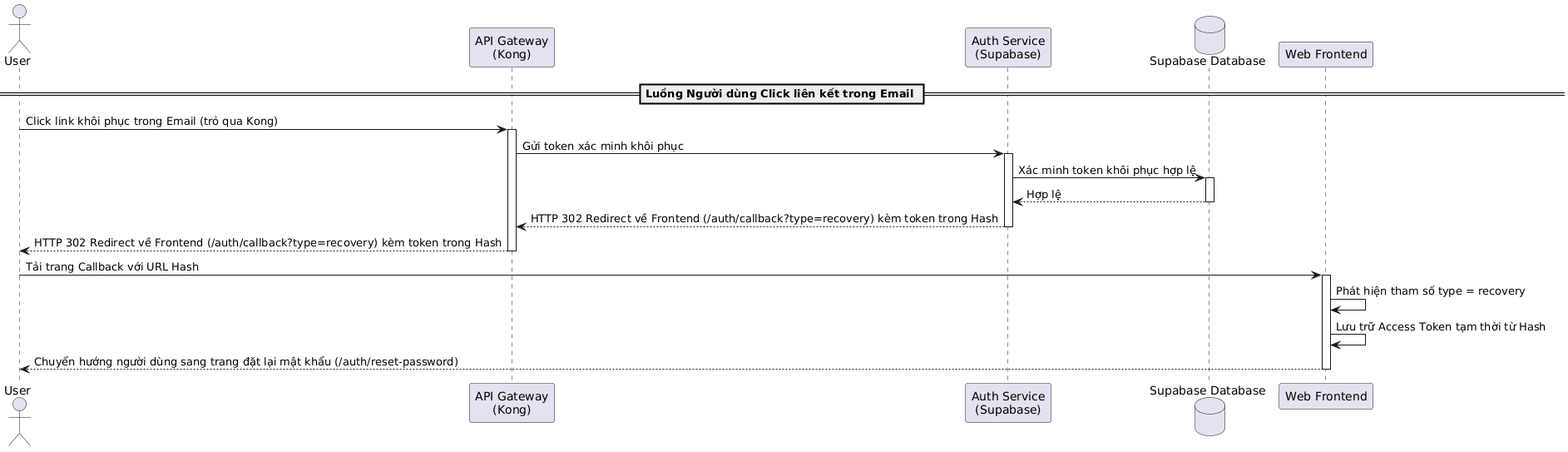
This is latex/contents/Sequence/UML-Sequence-13.png from 20206205Tech/docs-latex, a PlantUML export, as it was before one commit. Source of this version:
```plantuml
@startuml
actor "User" as User
participant "API Gateway\n(Kong)" as Kong
participant "Auth Service\n(Supabase)" as AuthService
database "Supabase Database" as DB
participant "Web Frontend" as Frontend

== Luồng Người dùng Click liên kết trong Email ==
User -> Kong: Click link khôi phục trong Email (trỏ qua Kong)
activate Kong
Kong -> AuthService: Gửi token xác minh khôi phục
activate AuthService
AuthService -> DB: Xác minh token khôi phục hợp lệ
activate DB
DB --> AuthService: Hợp lệ
deactivate DB
AuthService --> Kong: HTTP 302 Redirect về Frontend (/auth/callback?type=recovery) kèm token trong Hash
deactivate AuthService
Kong --> User: HTTP 302 Redirect về Frontend (/auth/callback?type=recovery) kèm token trong Hash
deactivate Kong

User -> Frontend: Tải trang Callback với URL Hash
activate Frontend
Frontend -> Frontend: Phát hiện tham số type = recovery
Frontend -> Frontend: Lưu trữ Access Token tạm thời từ Hash
Frontend --> User: Chuyển hướng người dùng sang trang đặt lại mật khẩu (/auth/reset-password)
deactivate Frontend
@enduml
```
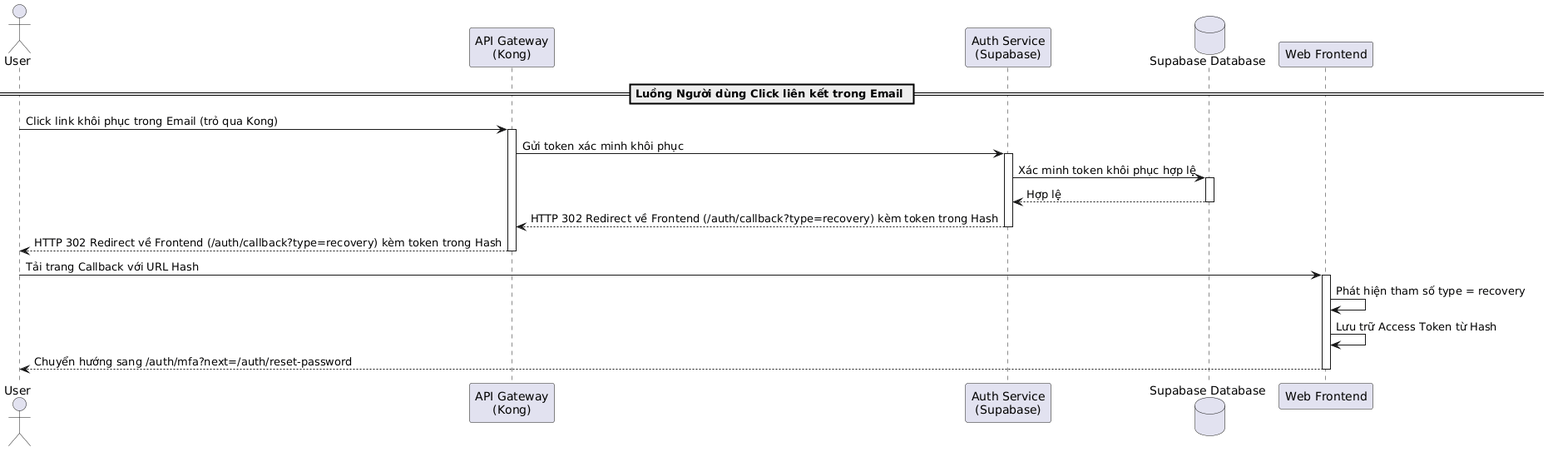
Above is the later version.

What changed in the source:
```diff
@@ -22,7 +22,7 @@
 User -> Frontend: Tải trang Callback với URL Hash
 activate Frontend
 Frontend -> Frontend: Phát hiện tham số type = recovery
-Frontend -> Frontend: Lưu trữ Access Token tạm thời từ Hash
-Frontend --> User: Chuyển hướng người dùng sang trang đặt lại mật khẩu (/auth/reset-password)
+Frontend -> Frontend: Lưu trữ Access Token từ Hash
+Frontend --> User: Chuyển hướng sang /auth/mfa?next=/auth/reset-password
 deactivate Frontend
 @enduml
```
